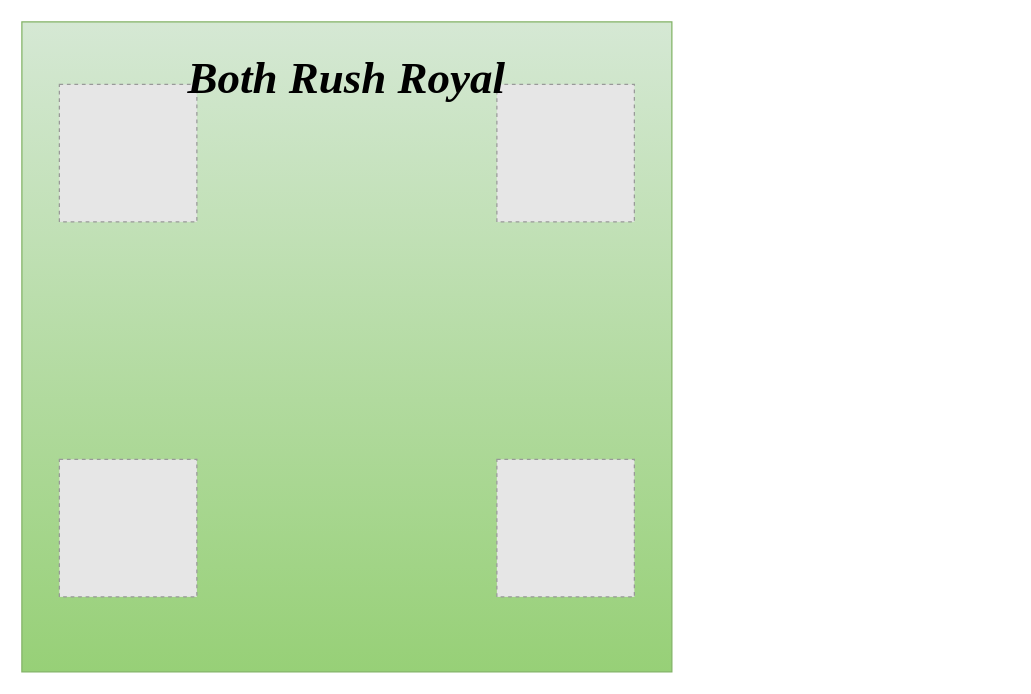
Before: docs/sketching.drawio in WilmerSoriano/RushBots_Royal, a draw.io diagram. Source tidied: cells renumbered, new cells numbered last; positions are measured from the earlier drawing's top-left corner, leaving out a move shared by most shapes. Both pictures are drawn from the tidied source at 125%, with x=0, y=0 at pixel (21, 21). Pictures stored in the file or linked from it are replaced by grey dashed boxes.
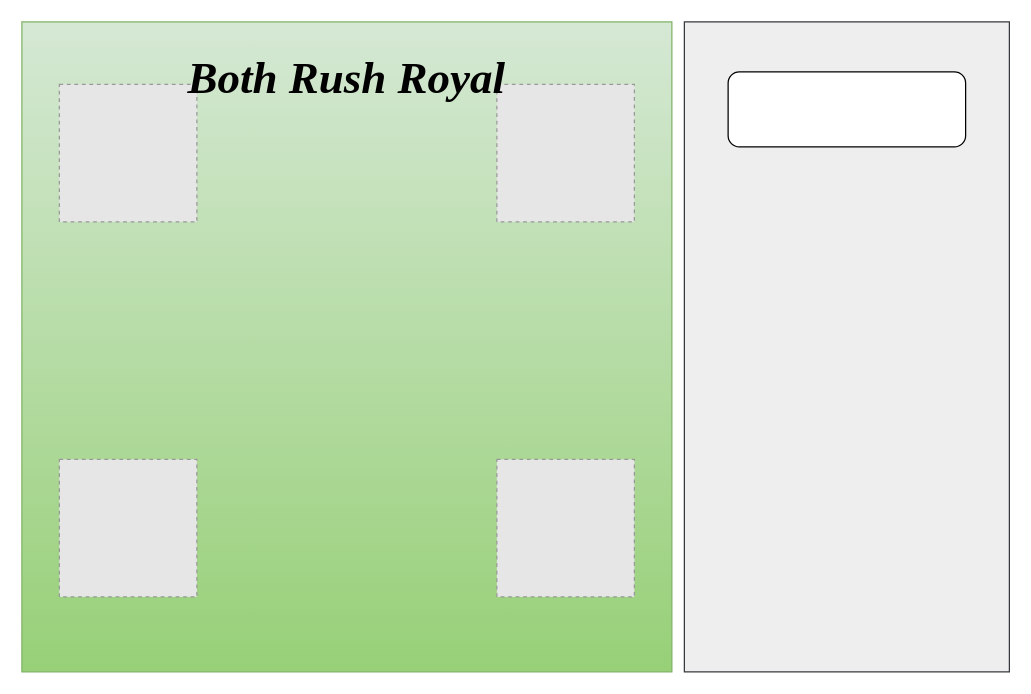
After the change.

Commit message:
Adding the player interaction side

What changed in the source:
```diff
@@
 <mxGraphModel>
   <root>
     <mxCell id="0" />
     <mxCell id="1" parent="0" />
     <mxCell id="2" style="group;" parent="1" vertex="1">
       <mxGeometry width="520" height="520" as="geometry" />
     </mxCell>
     <mxCell id="3" style="whiteSpace=wrap;html=1;fillColor=#d5e8d4;strokeColor=#82b366;gradientColor=#97d077;" parent="2" vertex="1">
       <mxGeometry width="520" height="520" as="geometry" />
     </mxCell>
     <mxCell id="4" style="fillColor=#E6E6E6;strokeColor=#999999;dashed=1;html=1;verticalAlign=top;verticalLabelPosition=bottom;labelBackgroundColor=#ffffff;" parent="2" vertex="1">
       <mxGeometry x="30" y="350" width="110" height="110" as="geometry" />
     </mxCell>
     <mxCell id="5" style="fillColor=#E6E6E6;strokeColor=#999999;dashed=1;html=1;verticalAlign=top;verticalLabelPosition=bottom;labelBackgroundColor=#ffffff;" parent="2" vertex="1">
       <mxGeometry x="30" y="50" width="110" height="110" as="geometry" />
     </mxCell>
     <mxCell id="6" style="fillColor=#E6E6E6;strokeColor=#999999;dashed=1;html=1;verticalAlign=top;verticalLabelPosition=bottom;labelBackgroundColor=#ffffff;" parent="2" vertex="1">
       <mxGeometry x="380" y="50" width="110" height="110" as="geometry" />
     </mxCell>
     <mxCell id="7" style="fillColor=#E6E6E6;strokeColor=#999999;dashed=1;html=1;verticalAlign=top;verticalLabelPosition=bottom;labelBackgroundColor=#ffffff;" parent="2" vertex="1">
       <mxGeometry x="380" y="350" width="110" height="110" as="geometry" />
     </mxCell>
     <mxCell id="8" value="&lt;font face=&quot;Garamond&quot; style=&quot;font-size: 36px; color: light-dark(rgb(0, 0, 0), rgb(153, 255, 153));&quot;&gt;&lt;b&gt;&lt;i&gt;Both Rush Royal&lt;/i&gt;&lt;/b&gt;&lt;/font&gt;" style="text;html=1;whiteSpace=wrap;strokeColor=none;fillColor=none;align=center;verticalAlign=middle;rounded=0;" parent="2" vertex="1">
       <mxGeometry x="125" y="30" width="270" height="30" as="geometry" />
     </mxCell>
+    <mxCell id="9" style="rounded=0;whiteSpace=wrap;html=1;fillColor=#eeeeee;strokeColor=#36393d;" parent="1" vertex="1">
+      <mxGeometry x="530" width="260" height="520" as="geometry" />
+    </mxCell>
+    <mxCell id="10" style="rounded=1;whiteSpace=wrap;html=1;" parent="1" vertex="1">
+      <mxGeometry x="565" y="40" width="190" height="60" as="geometry" />
+    </mxCell>
   </root>
 </mxGraphModel>
```
